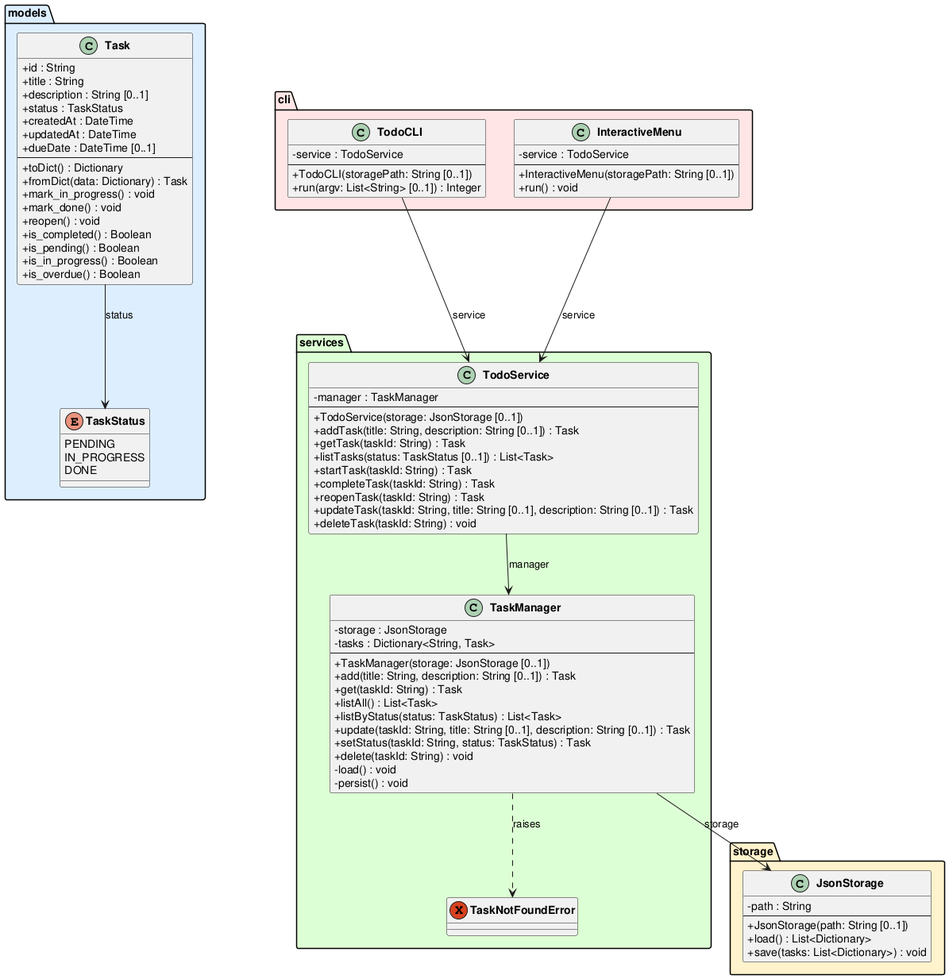
This is experiments/supervisor_as_tools/test_driven/TODO/artifacts/class_diagram.png from DanielRiha8906/Software_autoevolution_using_agents, a PlantUML export, as it was before one commit.
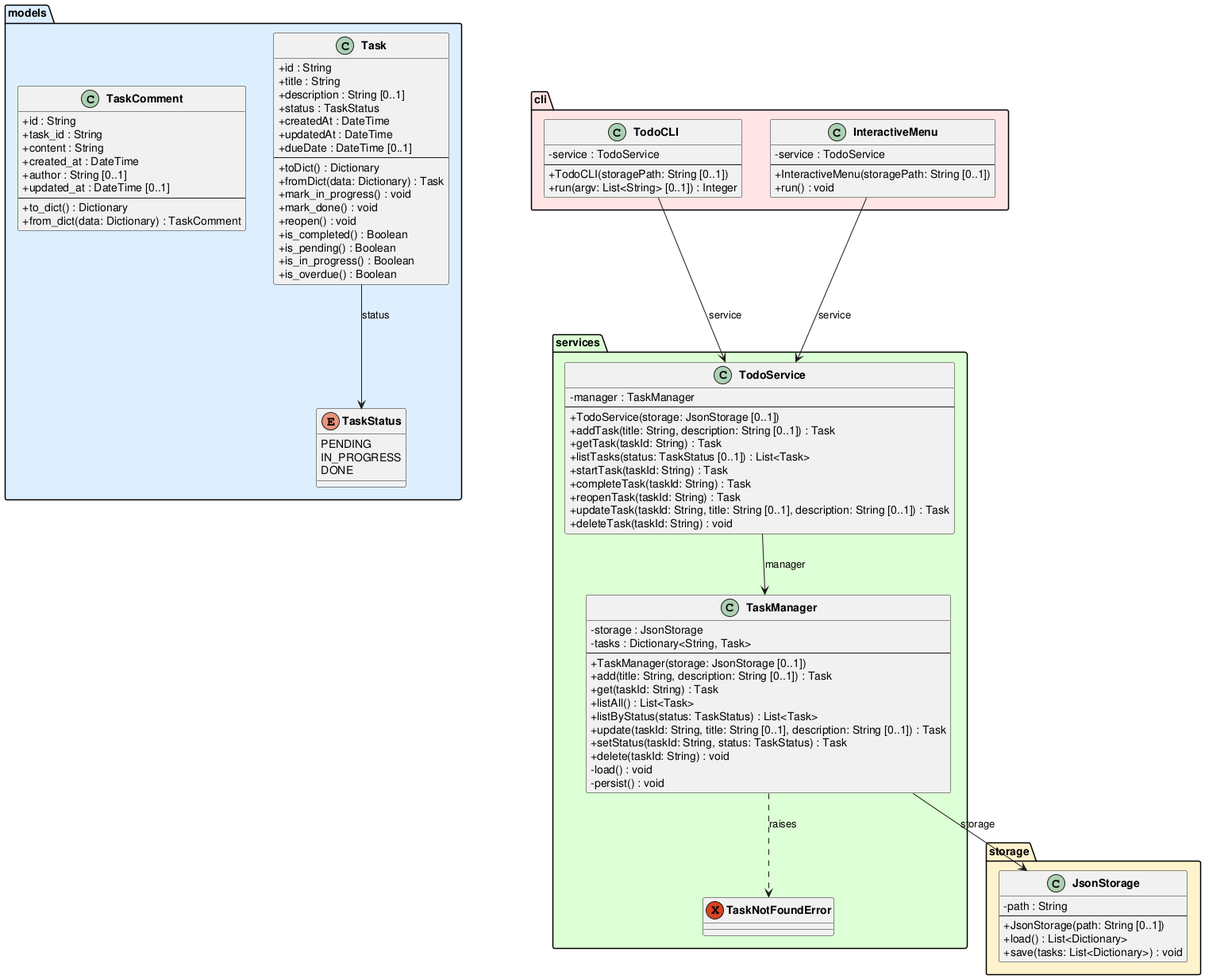
After the change.

Change to the diagram source:
```diff
@@ -8,6 +8,18 @@
         PENDING
         IN_PROGRESS
         DONE
+    }
+
+    class TaskComment {
+        +id : String
+        +task_id : String
+        +content : String
+        +created_at : DateTime
+        +author : String [0..1]
+        +updated_at : DateTime [0..1]
+        --
+        +to_dict() : Dictionary
+        +from_dict(data: Dictionary) : TaskComment
     }
 
     class Task {
```
